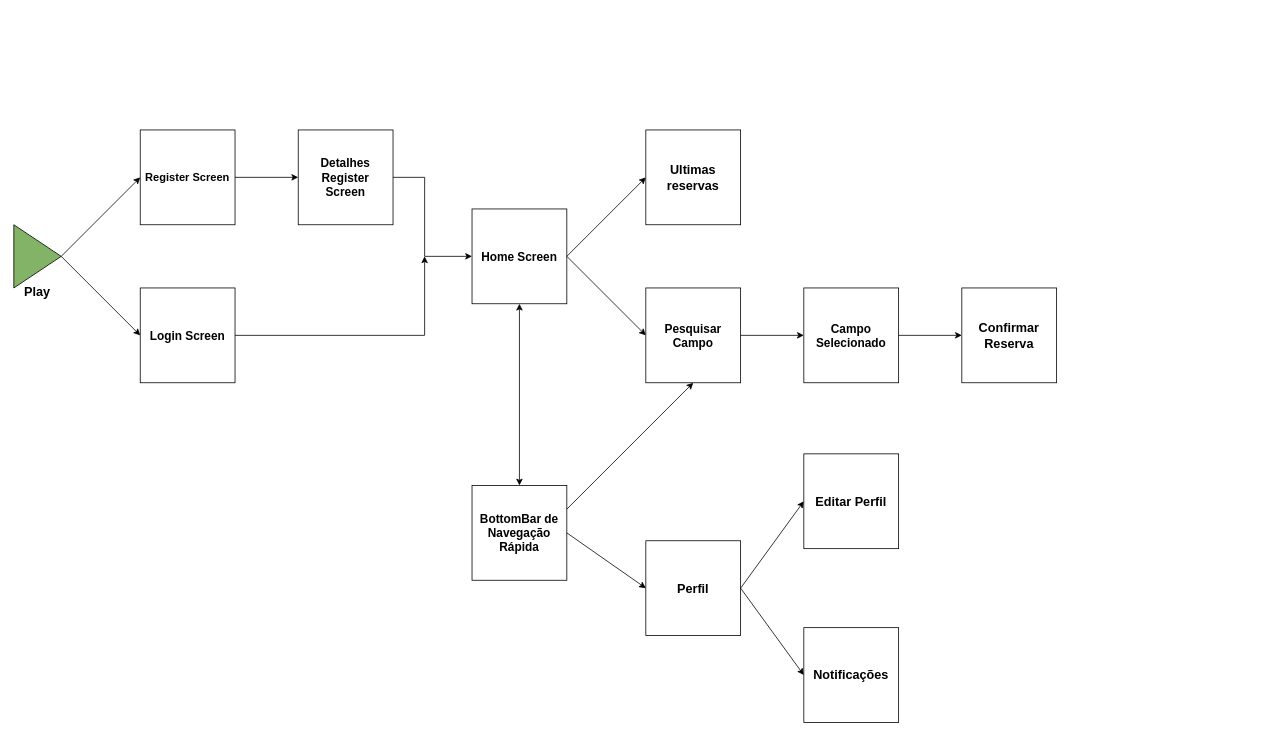
This is docs/RoadMapCourtandGo.drawio from tiago15ts/court-go-app, a draw.io file, before an edit. Source tidied: cells renumbered, new cells numbered last; positions are measured from the earlier drawing's top-left corner, leaving out a move shared by most shapes. Both pictures are drawn from the tidied source at 79%, with x=0, y=0 at pixel (13, 130).
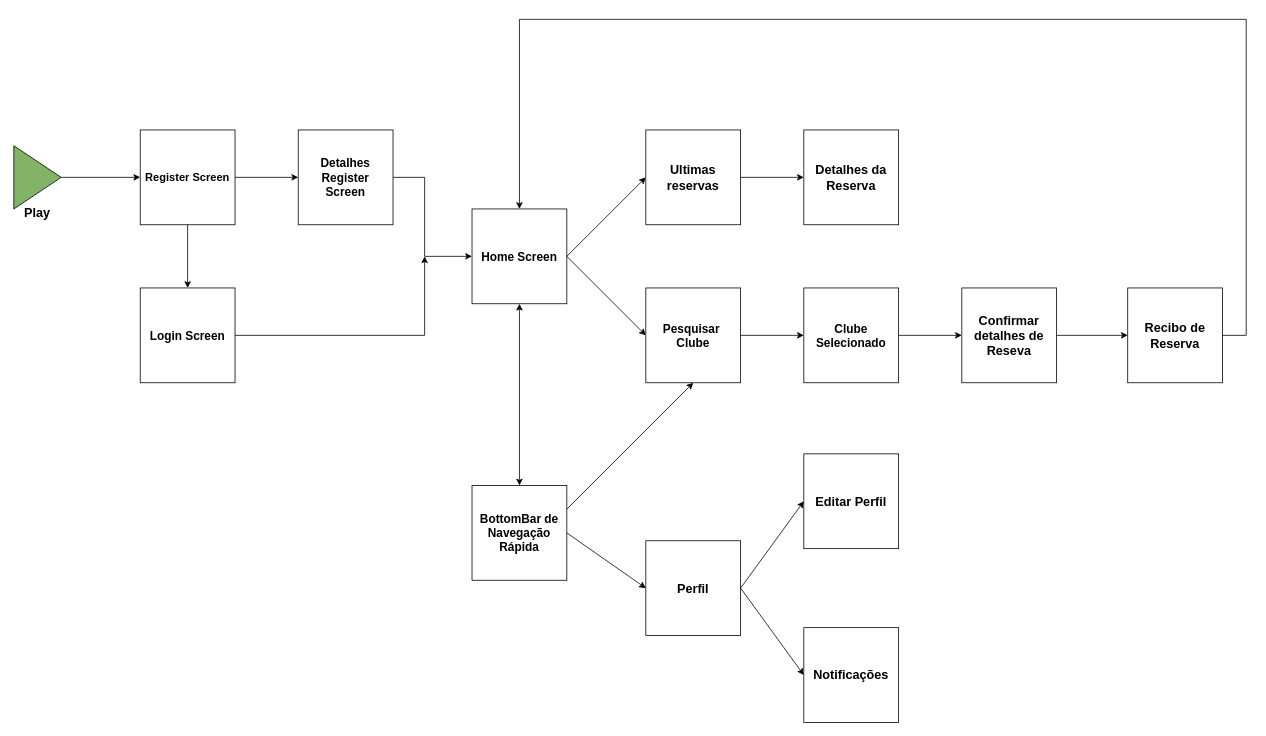
The same diagram, later.

The change refers to these unchanged cells:
```xml
<mxCell id="4" value="&lt;b&gt;&lt;font style=&quot;font-size: 14px;&quot;&gt;Register Screen&lt;/font&gt;&lt;/b&gt;" style="rounded=0;whiteSpace=wrap;html=1;" parent="1" vertex="1">
  <mxGeometry x="160" width="120" height="120" as="geometry" />
</mxCell>
<mxCell id="6" value="&lt;b&gt;&lt;font style=&quot;font-size: 15px;&quot;&gt;Login Screen&lt;/font&gt;&lt;/b&gt;" style="rounded=0;whiteSpace=wrap;html=1;" parent="1" vertex="1">
  <mxGeometry x="160" y="200" width="120" height="120" as="geometry" />
</mxCell>
<mxCell id="11" value="&lt;b&gt;&lt;font style=&quot;font-size: 15px;&quot;&gt;Home Screen&lt;/font&gt;&lt;/b&gt;" style="rounded=0;whiteSpace=wrap;html=1;" parent="1" vertex="1">
  <mxGeometry x="580" y="100" width="120" height="120" as="geometry" />
</mxCell>
<mxCell id="15" value="&lt;b&gt;&lt;font style=&quot;font-size: 16px;&quot;&gt;Ultimas reservas&lt;/font&gt;&lt;/b&gt;" style="rounded=0;whiteSpace=wrap;html=1;" parent="1" vertex="1">
  <mxGeometry x="800" width="120" height="120" as="geometry" />
</mxCell>
```

Change to the diagram source:
```diff
@@
     <mxCell id="2" style="triangle;whiteSpace=wrap;html=1;fillColor=#82B366;strokeColor=#000000;" parent="1" vertex="1">
-      <mxGeometry y="120" width="60" height="80" as="geometry" />
+      <mxGeometry y="20" width="60" height="80" as="geometry" />
     </mxCell>
@@
-    <mxCell id="5" style="endArrow=classic;html=1;rounded=0;exitX=1;exitY=0.5;exitDx=0;exitDy=0;entryX=0;entryY=0.5;entryDx=0;entryDy=0;" parent="1" edge="1" source="2" target="6">
+    <mxCell id="5" style="endArrow=classic;html=1;rounded=0;exitX=0.5;exitY=1;exitDx=0;exitDy=0;entryX=0.5;entryY=0;entryDx=0;entryDy=0;" parent="1" edge="1" source="4" target="6">
       <mxGeometry relative="1" as="geometry" />
     </mxCell>
@@
-    <mxCell id="14" value="&lt;b&gt;&lt;font style=&quot;font-size: 15px;&quot;&gt;Pesquisar Campo&lt;/font&gt;&lt;/b&gt;" style="rounded=0;whiteSpace=wrap;html=1;" parent="1" vertex="1">
+    <mxCell id="14" value="&lt;b&gt;&lt;font style=&quot;font-size: 15px;&quot;&gt;Pesquisar&amp;nbsp;&lt;/font&gt;&lt;/b&gt;&lt;div&gt;&lt;b&gt;&lt;font style=&quot;font-size: 15px;&quot;&gt;Clube&lt;/font&gt;&lt;/b&gt;&lt;/div&gt;" style="rounded=0;whiteSpace=wrap;html=1;" parent="1" vertex="1">
       <mxGeometry x="800" y="200" width="120" height="120" as="geometry" />
     </mxCell>
+    <mxCell id="30" style="edgeStyle=orthogonalEdgeStyle;rounded=0;jettySize=auto;html=1;exitX=1;exitY=0.5;exitDx=0;exitDy=0;entryX=0;entryY=0.5;entryDx=0;entryDy=0;" parent="1" edge="1" source="15" target="34">
+      <mxGeometry relative="1" as="geometry" />
+    </mxCell>
@@
     <mxCell id="16" value="&lt;b&gt;&lt;font style=&quot;font-size: 16px;&quot;&gt;Play&lt;/font&gt;&lt;/b&gt;" style="text;html=1;align=center;verticalAlign=middle;whiteSpace=wrap;rounded=0;" parent="1" vertex="1">
-      <mxGeometry y="190" width="60" height="30" as="geometry" />
+      <mxGeometry y="90" width="60" height="30" as="geometry" />
     </mxCell>
@@
-    <mxCell id="19" value="&lt;b&gt;&lt;font style=&quot;font-size: 15px;&quot;&gt;Campo Selecionado&lt;/font&gt;&lt;/b&gt;" style="rounded=0;whiteSpace=wrap;html=1;" parent="1" vertex="1">
+    <mxCell id="19" value="&lt;b&gt;&lt;font style=&quot;font-size: 15px;&quot;&gt;Clube&lt;/font&gt;&lt;/b&gt;&lt;div&gt;&lt;b&gt;&lt;font style=&quot;font-size: 15px;&quot;&gt;Selecionado&lt;/font&gt;&lt;/b&gt;&lt;/div&gt;" style="rounded=0;whiteSpace=wrap;html=1;" parent="1" vertex="1">
       <mxGeometry x="1000" y="200" width="120" height="120" as="geometry" />
     </mxCell>
@@
+    <mxCell id="31" style="edgeStyle=orthogonalEdgeStyle;rounded=0;jettySize=auto;html=1;exitX=1;exitY=0.5;exitDx=0;exitDy=0;entryX=0;entryY=0.5;entryDx=0;entryDy=0;" parent="1" edge="1" source="27" target="33">
+      <mxGeometry relative="1" as="geometry" />
+    </mxCell>
-    <mxCell id="27" value="&lt;b&gt;&lt;font style=&quot;font-size: 16px;&quot;&gt;Confirmar Reserva&lt;/font&gt;&lt;/b&gt;" style="rounded=0;whiteSpace=wrap;html=1;" parent="1" vertex="1">
+    <mxCell id="27" value="&lt;b&gt;&lt;font style=&quot;font-size: 16px;&quot;&gt;Confirmar detalhes de Reseva&lt;/font&gt;&lt;/b&gt;" style="rounded=0;whiteSpace=wrap;html=1;" parent="1" vertex="1">
       <mxGeometry x="1200" y="200" width="120" height="120" as="geometry" />
     </mxCell>
@@
+    <mxCell id="32" style="edgeStyle=orthogonalEdgeStyle;rounded=0;jettySize=auto;html=1;exitX=1;exitY=0.5;exitDx=0;exitDy=0;entryX=0.5;entryY=0;entryDx=0;entryDy=0;" parent="1" edge="1" source="33" target="11">
+      <mxGeometry relative="1" as="geometry">
+        <Array as="points">
+          <mxPoint x="1560" y="260" />
+          <mxPoint x="1560" y="-140" />
+          <mxPoint x="640" y="-140" />
+        </Array>
+      </mxGeometry>
+    </mxCell>
+    <mxCell id="33" value="&lt;b&gt;&lt;font style=&quot;font-size: 16px;&quot;&gt;Recibo de Reserva&lt;/font&gt;&lt;/b&gt;" style="rounded=0;whiteSpace=wrap;html=1;" parent="1" vertex="1">
+      <mxGeometry x="1410" y="200" width="120" height="120" as="geometry" />
+    </mxCell>
+    <mxCell id="34" value="&lt;b&gt;&lt;font style=&quot;font-size: 16px;&quot;&gt;Detalhes da Reserva&lt;/font&gt;&lt;/b&gt;" style="rounded=0;whiteSpace=wrap;html=1;" parent="1" vertex="1">
+      <mxGeometry x="1000" width="120" height="120" as="geometry" />
+    </mxCell>
```
